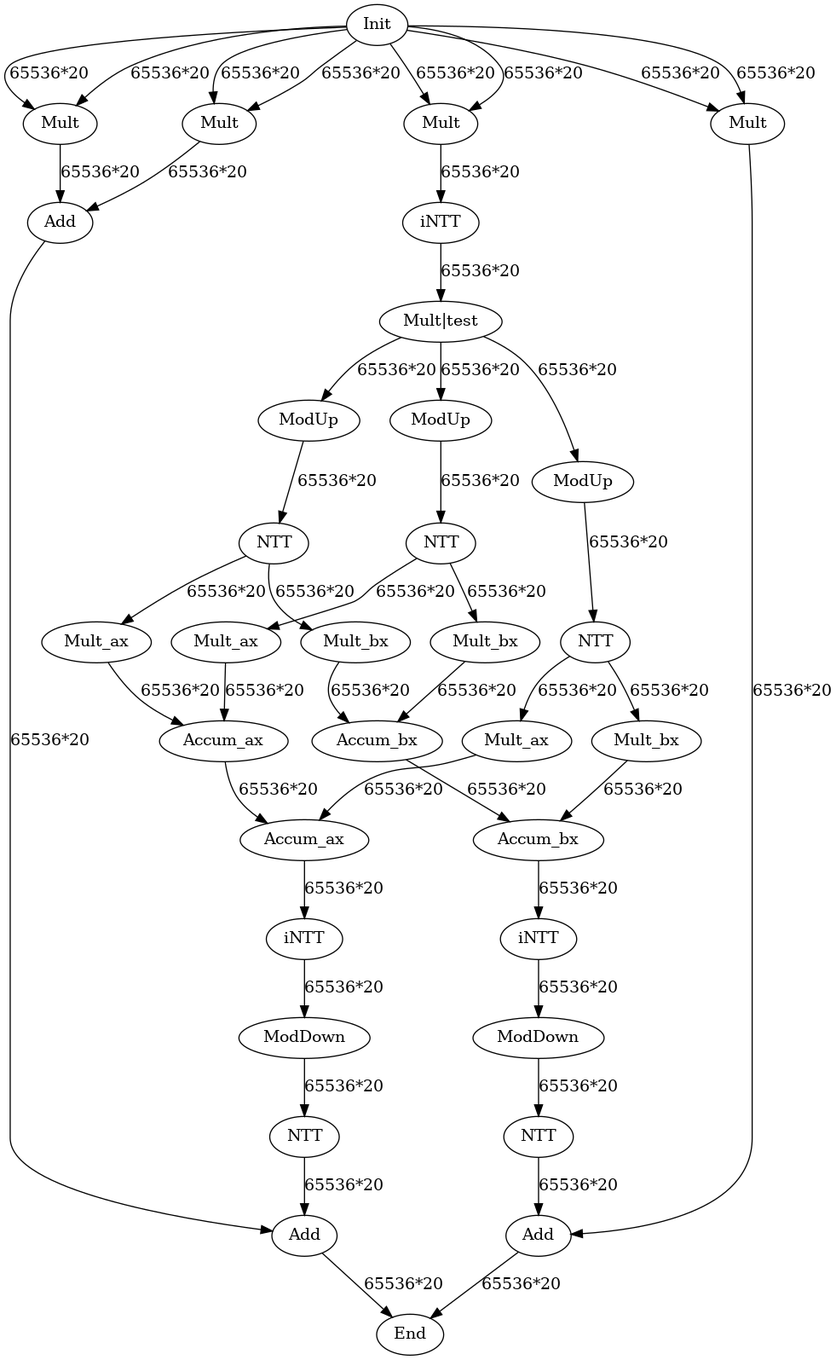
Earlier version of the Graphviz export data/graph_poly_hmult.dot.png (hal-lab-u-tokyo/PolyFHE). Its source is kept beside it as data/graph_poly_hmult.dot.
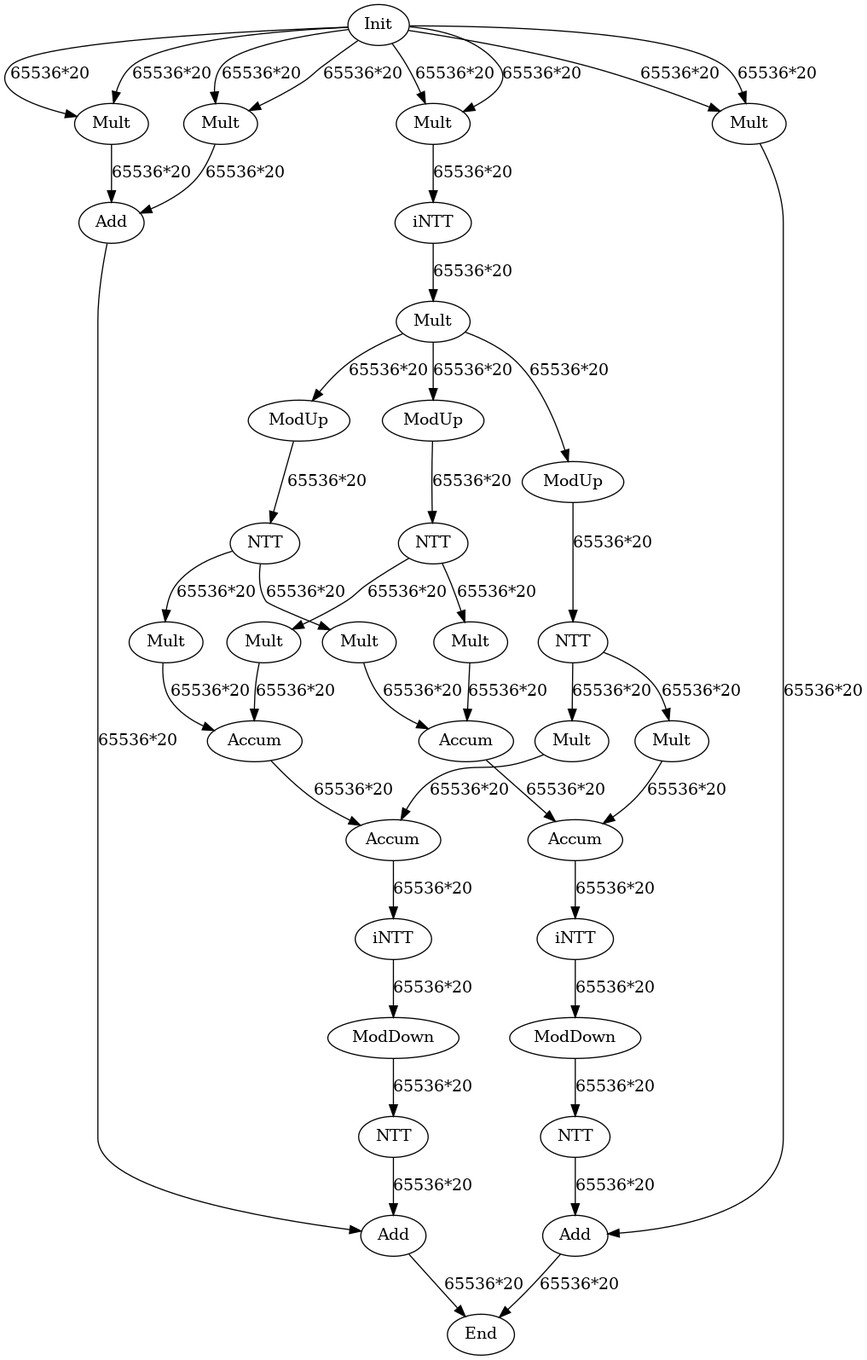
After the commit.

Commit message:
real hmult graph

Change to the diagram source:
```diff
@@ -6,23 +6,23 @@
 Mult_BxBx[label="Mult"];
 Add_AxBx[label="Add"];
 iNTT[label="iNTT"];
-Mult_Decomp[label="Mult|test"];
+Mult_Decomp[label="Mult"];
 ModUp_0[label="ModUp"];
 ModUp_1[label="ModUp"];
 ModUp_2[label="ModUp"];
 NTT_0[label="NTT"];
 NTT_1[label="NTT"];
 NTT_2[label="NTT"];
-MultKey_0_ax[label="Mult_ax"];
-MultKey_0_bx[label="Mult_bx"];
-MultKey_1_ax[label="Mult_ax"];
-MultKey_1_bx[label="Mult_bx"];
-MultKey_2_ax[label="Mult_ax"];
-MultKey_2_bx[label="Mult_bx"];
-AddAccum_1_ax[label="Accum_ax"];
-AddAccum_1_bx[label="Accum_bx"];
-AddAccum_2_ax[label="Accum_ax"];
-AddAccum_2_bx[label="Accum_bx"];
+MultKey_0_ax[label="Mult"];
+MultKey_0_bx[label="Mult"];
+MultKey_1_ax[label="Mult"];
+MultKey_1_bx[label="Mult"];
+MultKey_2_ax[label="Mult"];
+MultKey_2_bx[label="Mult"];
+AddAccum_1_ax[label="Accum"];
+AddAccum_1_bx[label="Accum"];
+AddAccum_2_ax[label="Accum"];
+AddAccum_2_bx[label="Accum"];
 iNTT_ax[label="iNTT"];
 iNTT_bx[label="iNTT"];
 ModDown_ax[label="ModDown"];
```
